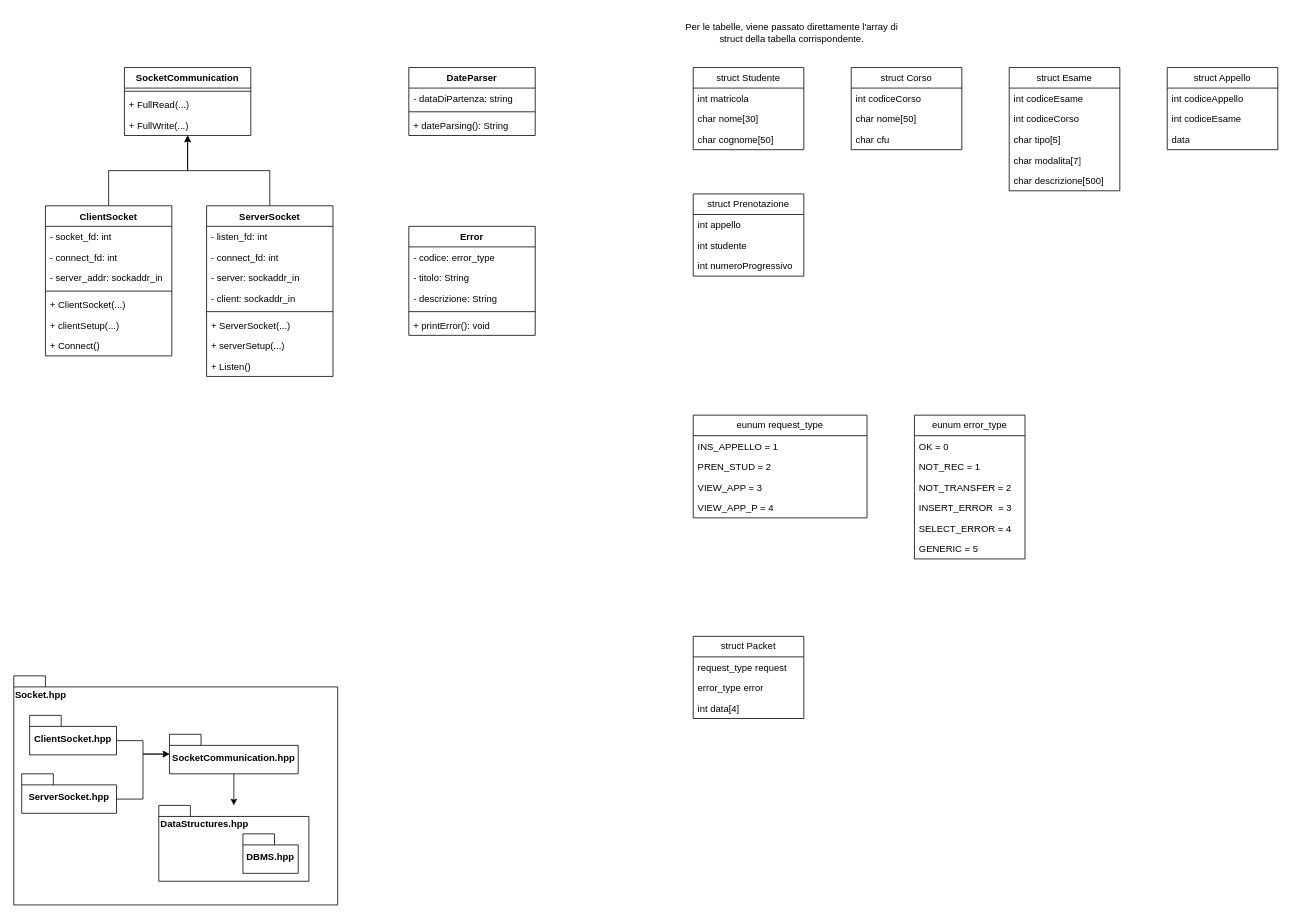
This is documentazione/Classi_Librerie.drawio from NicolaPonticelli001/reti_di_calcolatori_gestionale_uni, a draw.io file, before an edit. Source tidied: cells renumbered, new cells numbered last; positions are measured from the earlier drawing's top-left corner, leaving out a move shared by most shapes. Both pictures are drawn from the tidied source at 79%, with x=0, y=0 at pixel (13, 13).
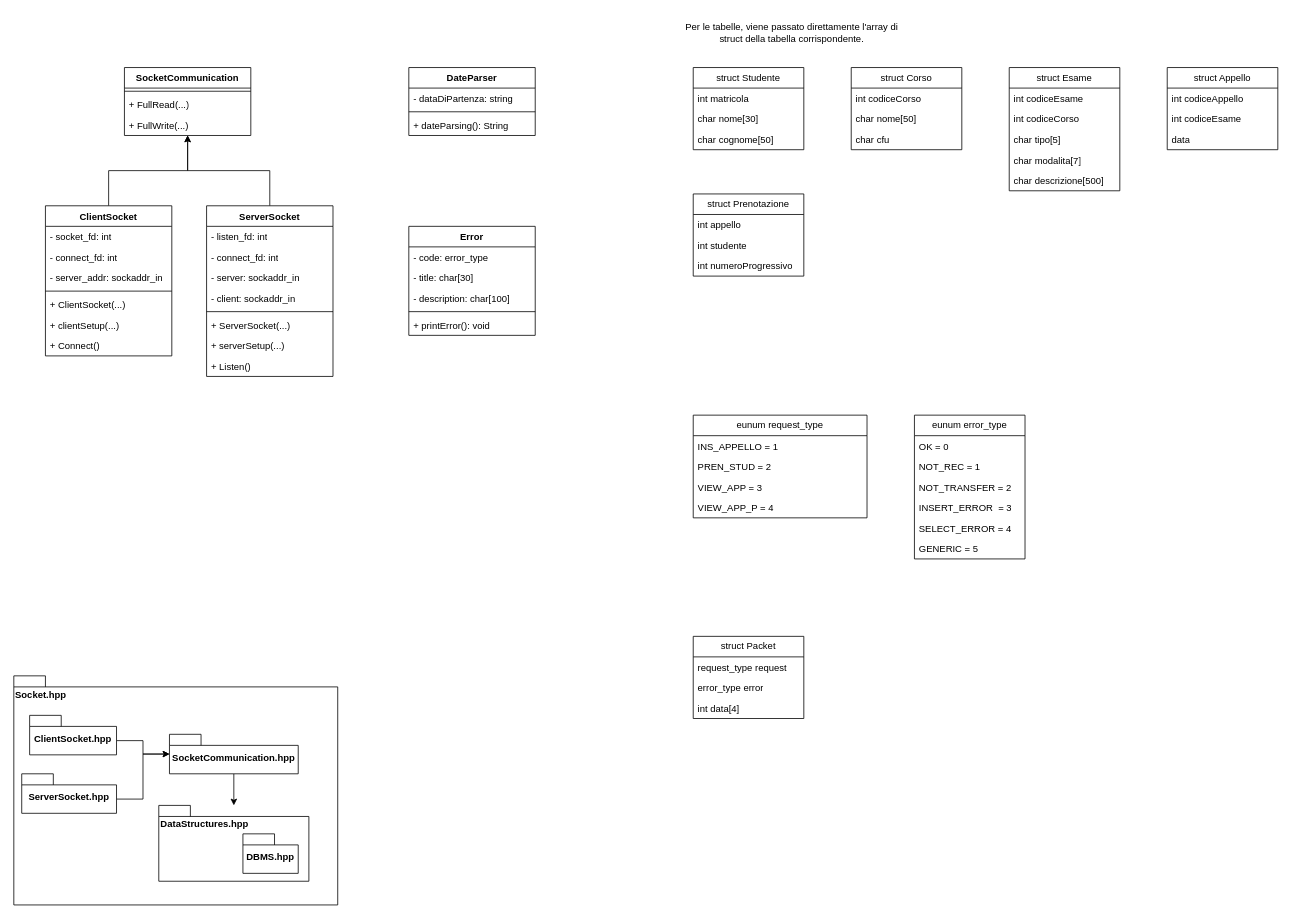
After the change.

The change refers to these unchanged cells:
```xml
<mxCell id="50" value="Error" style="swimlane;fontStyle=1;align=center;verticalAlign=top;horizontal=1;startSize=26;whiteSpace=wrap;html=1;" parent="1" vertex="1">
  <mxGeometry x="500" y="269" width="160" height="138" as="geometry" />
</mxCell>
```

What changed in the source:
```diff
@@
-    <mxCell id="51" value="- codice: error_type" style="text;strokeColor=none;fillColor=none;align=left;verticalAlign=top;spacingLeft=4;spacingRight=4;overflow=hidden;whiteSpace=wrap;html=1;" parent="50" vertex="1">
+    <mxCell id="51" value="- code: error_type" style="text;strokeColor=none;fillColor=none;align=left;verticalAlign=top;spacingLeft=4;spacingRight=4;overflow=hidden;whiteSpace=wrap;html=1;" parent="50" vertex="1">
       <mxGeometry y="26" width="160" height="26" as="geometry" />
     </mxCell>
-    <mxCell id="52" value="- titolo: String" style="text;strokeColor=none;fillColor=none;align=left;verticalAlign=top;spacingLeft=4;spacingRight=4;overflow=hidden;whiteSpace=wrap;html=1;" parent="50" vertex="1">
+    <mxCell id="52" value="- title: char[30]" style="text;strokeColor=none;fillColor=none;align=left;verticalAlign=top;spacingLeft=4;spacingRight=4;overflow=hidden;whiteSpace=wrap;html=1;" parent="50" vertex="1">
       <mxGeometry y="52" width="160" height="26" as="geometry" />
     </mxCell>
-    <mxCell id="53" value="- descrizione: String" style="text;strokeColor=none;fillColor=none;align=left;verticalAlign=top;spacingLeft=4;spacingRight=4;overflow=hidden;whiteSpace=wrap;html=1;" parent="50" vertex="1">
+    <mxCell id="53" value="- description: char[100]" style="text;strokeColor=none;fillColor=none;align=left;verticalAlign=top;spacingLeft=4;spacingRight=4;overflow=hidden;whiteSpace=wrap;html=1;" parent="50" vertex="1">
       <mxGeometry y="78" width="160" height="26" as="geometry" />
     </mxCell>
```
